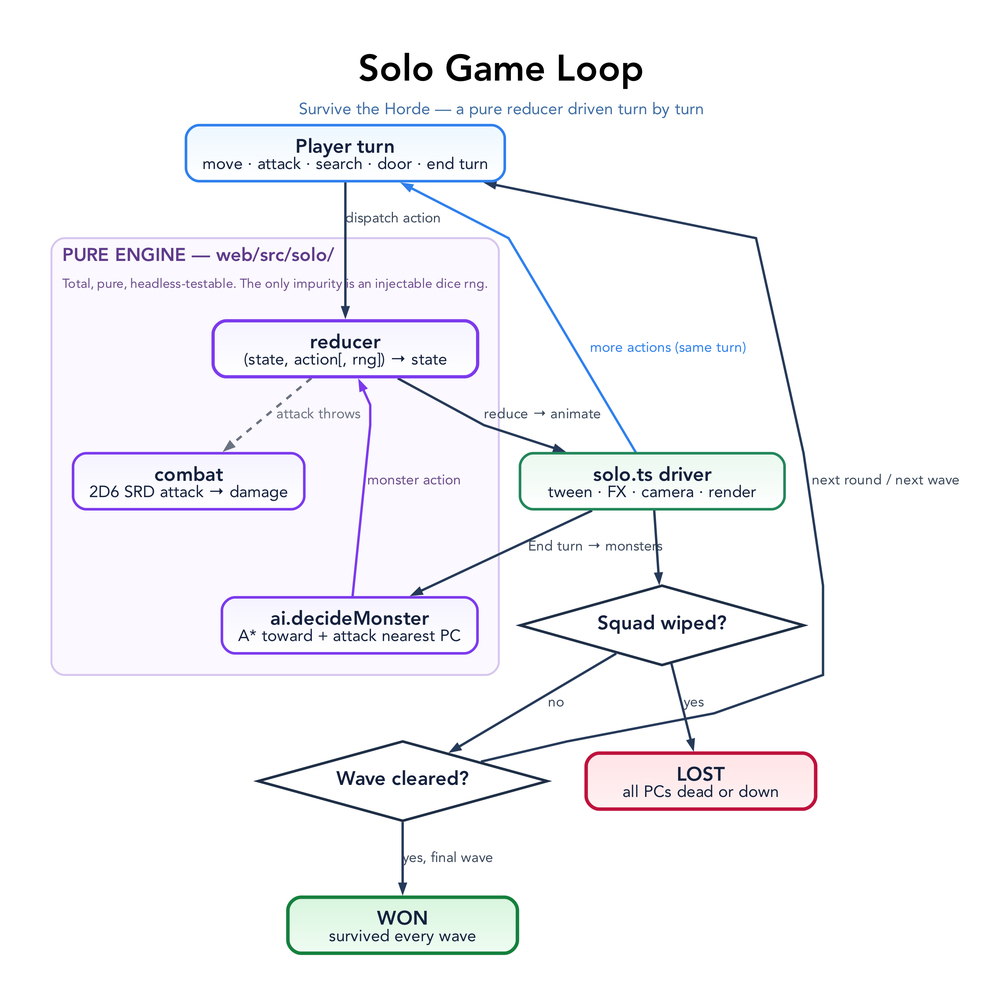
rgilks/line-of-sight keeps this Graphviz diagram as docs/diagrams/solo-game-loop.png. Above is the earlier version. Its source is kept beside it as docs/diagrams/solo-game-loop.dot. Its diagram source:
```dot
digraph SoloGameLoop {
  graph [
    rankdir=TB,
    bgcolor="#ffffff",
    pad="0.55",
    nodesep="0.5",
    ranksep="0.72",
    splines=polyline,
    outputorder=edgesfirst,
    compound=true,
    newrank=true,
    forcelabels=true,
    fontname="Avenir",
    label=<
      <TABLE BORDER="0" CELLBORDER="0" CELLSPACING="0" CELLPADDING="0">
        <TR><TD><FONT POINT-SIZE="34"><B>Solo Game Loop</B></FONT></TD></TR>
        <TR><TD><FONT POINT-SIZE="15" COLOR="#3f6ea5">Survive the Horde — a pure reducer driven turn by turn</FONT></TD></TR>
      </TABLE>
    >,
    labelloc=t,
    labeljust=c
  ];

  node [
    shape=box,
    style="rounded,filled",
    margin="0.21,0.13",
    width=2.95,
    height=0.72,
    fixedsize=false,
    fontname="Avenir",
    fontsize=18,
    penwidth=2.4,
    fontcolor="#14213d",
    color="#2264c7",
    fillcolor="#eaf3ff:#ffffff",
    gradientangle=270
  ];

  edge [
    color="#263a59",
    fontname="Avenir",
    fontsize=13,
    fontcolor="#3d4a5c",
    penwidth=2.2,
    arrowsize=0.78
  ];

  IN [label=<<B>Player turn</B><BR/><FONT POINT-SIZE="15">move · attack · search · door · end turn</FONT>>, fillcolor="#edf7ff:#ffffff", color="#2f80ed", width=3.4];

  subgraph cluster_engine {
    graph [
      label=<
        <TABLE BORDER="0" CELLBORDER="0" CELLSPACING="0" CELLPADDING="2">
          <TR><TD ALIGN="LEFT"><FONT POINT-SIZE="17" COLOR="#5f3b8a"><B>PURE ENGINE — web/src/solo/</B></FONT></TD></TR>
          <TR><TD ALIGN="LEFT"><FONT POINT-SIZE="12" COLOR="#6d4d8d">Total, pure, headless-testable. The only impurity is an injectable dice rng.</FONT></TD></TR>
        </TABLE>
      >,
      labelloc=t,
      labeljust=l,
      color="#d6c6ee",
      fillcolor="#fbf8ff",
      style="rounded,filled",
      penwidth=1.8,
      margin=20
    ];

    RED [label=<<B>reducer</B><BR/><FONT POINT-SIZE="15">(state, action[, rng]) &#8594; state</FONT>>, fillcolor="#f5f3ff:#ffffff", color="#7c3aed", width=3.4, penwidth=3.0];
    CB [label=<<B>combat</B><BR/><FONT POINT-SIZE="15">2D6 SRD attack &#8594; damage</FONT>>, fillcolor="#f5f3ff:#ffffff", color="#7c3aed"];
    AI [label=<<B>ai.decideMonster</B><BR/><FONT POINT-SIZE="15">A* toward + attack nearest PC</FONT>>, fillcolor="#f5f3ff:#ffffff", color="#7c3aed"];
  }

  DR [label=<<B>solo.ts driver</B><BR/><FONT POINT-SIZE="15">tween · FX · camera · render</FONT>>, fillcolor="#eaf8ef:#ffffff", color="#22865a", width=3.4];

  WIPE [label=<<B>Squad wiped?</B>>, shape=diamond, style=filled, width=2.7, height=1.02, fillcolor="#ffffff", color="#1f2f46", penwidth=2.4];
  WAVE [label=<<B>Wave cleared?</B>>, shape=diamond, style=filled, width=2.7, height=1.02, fillcolor="#ffffff", color="#1f2f46", penwidth=2.4];

  WIN [label=<<B>WON</B><BR/><FONT POINT-SIZE="15">survived every wave</FONT>>, fillcolor="#d8f5de:#effcf2", color="#15803d", penwidth=3.2];
  LOSE [label=<<B>LOST</B><BR/><FONT POINT-SIZE="15">all PCs dead or down</FONT>>, fillcolor="#ffe4e6:#fff1f2", color="#be123c", penwidth=3.2];

  IN -> RED [label="dispatch action"];
  AI -> RED [label="monster action", color="#7c3aed", fontcolor="#6d4d8d"];
  RED -> CB [label="attack throws", style=dashed, color="#6b7280", fontcolor="#6b7280"];
  RED -> DR [label="reduce &#8594; animate"];

  DR -> IN [label="more actions (same turn)", constraint=false, color="#2f80ed", fontcolor="#2f80ed"];
  DR -> AI [label="End turn &#8594; monsters"];
  DR -> WIPE;

  WIPE -> LOSE [label="yes"];
  WIPE -> WAVE [label="no"];
  WAVE -> WIN [label="yes, final wave"];
  WAVE -> IN [label="next round / next wave", constraint=false];
}
```
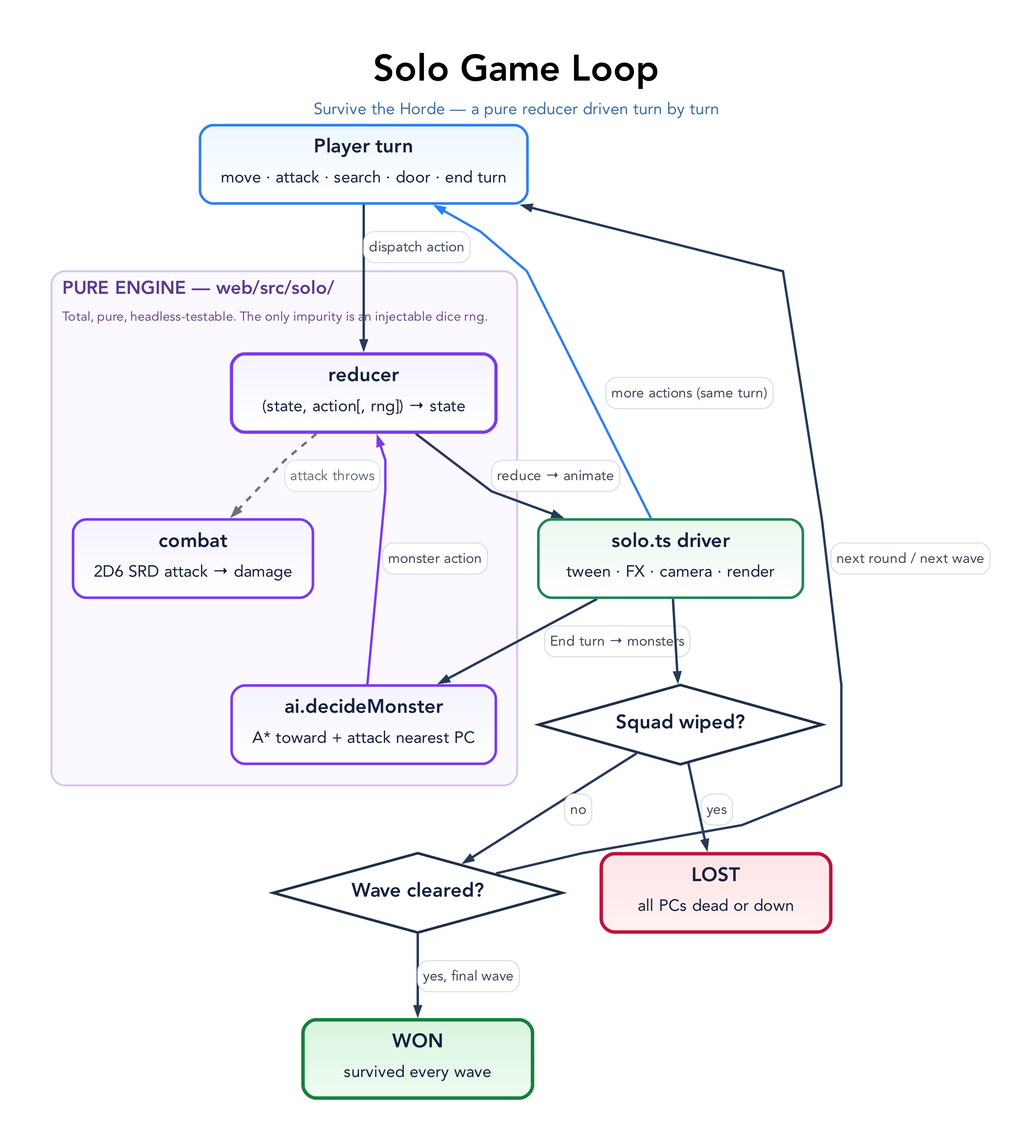
Later version of the same file.

What changed in the source:
```diff
@@ -46,7 +46,7 @@
     arrowsize=0.78
   ];
 
-  IN [label=<<B>Player turn</B><BR/><FONT POINT-SIZE="15">move · attack · search · door · end turn</FONT>>, fillcolor="#edf7ff:#ffffff", color="#2f80ed", width=3.4];
+  IN [label=<<TABLE BORDER="0" CELLBORDER="0" CELLSPACING="0" CELLPADDING="0"><TR><TD><B>Player turn</B></TD></TR><TR><TD CELLPADDING="4"><FONT POINT-SIZE="15">move · attack · search · door · end turn</FONT></TD></TR></TABLE>>, fillcolor="#edf7ff:#ffffff", color="#2f80ed", width=3.4];
 
   subgraph cluster_engine {
     graph [
@@ -65,30 +65,30 @@
       margin=20
     ];
 
-    RED [label=<<B>reducer</B><BR/><FONT POINT-SIZE="15">(state, action[, rng]) &#8594; state</FONT>>, fillcolor="#f5f3ff:#ffffff", color="#7c3aed", width=3.4, penwidth=3.0];
-    CB [label=<<B>combat</B><BR/><FONT POINT-SIZE="15">2D6 SRD attack &#8594; damage</FONT>>, fillcolor="#f5f3ff:#ffffff", color="#7c3aed"];
-    AI [label=<<B>ai.decideMonster</B><BR/><FONT POINT-SIZE="15">A* toward + attack nearest PC</FONT>>, fillcolor="#f5f3ff:#ffffff", color="#7c3aed"];
+    RED [label=<<TABLE BORDER="0" CELLBORDER="0" CELLSPACING="0" CELLPADDING="0"><TR><TD><B>reducer</B></TD></TR><TR><TD CELLPADDING="4"><FONT POINT-SIZE="15">(state, action[, rng]) &#8594; state</FONT></TD></TR></TABLE>>, fillcolor="#f5f3ff:#ffffff", color="#7c3aed", width=3.4, penwidth=3.0];
+    CB [label=<<TABLE BORDER="0" CELLBORDER="0" CELLSPACING="0" CELLPADDING="0"><TR><TD><B>combat</B></TD></TR><TR><TD CELLPADDING="4"><FONT POINT-SIZE="15">2D6 SRD attack &#8594; damage</FONT></TD></TR></TABLE>>, fillcolor="#f5f3ff:#ffffff", color="#7c3aed"];
+    AI [label=<<TABLE BORDER="0" CELLBORDER="0" CELLSPACING="0" CELLPADDING="0"><TR><TD><B>ai.decideMonster</B></TD></TR><TR><TD CELLPADDING="4"><FONT POINT-SIZE="15">A* toward + attack nearest PC</FONT></TD></TR></TABLE>>, fillcolor="#f5f3ff:#ffffff", color="#7c3aed"];
   }
 
-  DR [label=<<B>solo.ts driver</B><BR/><FONT POINT-SIZE="15">tween · FX · camera · render</FONT>>, fillcolor="#eaf8ef:#ffffff", color="#22865a", width=3.4];
+  DR [label=<<TABLE BORDER="0" CELLBORDER="0" CELLSPACING="0" CELLPADDING="0"><TR><TD><B>solo.ts driver</B></TD></TR><TR><TD CELLPADDING="4"><FONT POINT-SIZE="15">tween · FX · camera · render</FONT></TD></TR></TABLE>>, fillcolor="#eaf8ef:#ffffff", color="#22865a", width=3.4];
 
   WIPE [label=<<B>Squad wiped?</B>>, shape=diamond, style=filled, width=2.7, height=1.02, fillcolor="#ffffff", color="#1f2f46", penwidth=2.4];
   WAVE [label=<<B>Wave cleared?</B>>, shape=diamond, style=filled, width=2.7, height=1.02, fillcolor="#ffffff", color="#1f2f46", penwidth=2.4];
 
-  WIN [label=<<B>WON</B><BR/><FONT POINT-SIZE="15">survived every wave</FONT>>, fillcolor="#d8f5de:#effcf2", color="#15803d", penwidth=3.2];
-  LOSE [label=<<B>LOST</B><BR/><FONT POINT-SIZE="15">all PCs dead or down</FONT>>, fillcolor="#ffe4e6:#fff1f2", color="#be123c", penwidth=3.2];
+  WIN [label=<<TABLE BORDER="0" CELLBORDER="0" CELLSPACING="0" CELLPADDING="0"><TR><TD><B>WON</B></TD></TR><TR><TD CELLPADDING="4"><FONT POINT-SIZE="15">survived every wave</FONT></TD></TR></TABLE>>, fillcolor="#d8f5de:#effcf2", color="#15803d", penwidth=3.2];
+  LOSE [label=<<TABLE BORDER="0" CELLBORDER="0" CELLSPACING="0" CELLPADDING="0"><TR><TD><B>LOST</B></TD></TR><TR><TD CELLPADDING="4"><FONT POINT-SIZE="15">all PCs dead or down</FONT></TD></TR></TABLE>>, fillcolor="#ffe4e6:#fff1f2", color="#be123c", penwidth=3.2];
 
-  IN -> RED [label="dispatch action"];
-  AI -> RED [label="monster action", color="#7c3aed", fontcolor="#6d4d8d"];
-  RED -> CB [label="attack throws", style=dashed, color="#6b7280", fontcolor="#6b7280"];
-  RED -> DR [label="reduce &#8594; animate"];
+  IN -> RED [label=<<TABLE BORDER="1" CELLBORDER="0" STYLE="ROUNDED" COLOR="#d7dee8" BGCOLOR="#ffffff" CELLSPACING="0" CELLPADDING="4"><TR><TD><FONT POINT-SIZE="13" COLOR="#3d4a5c">dispatch action</FONT></TD></TR></TABLE>>];
+  AI -> RED [label=<<TABLE BORDER="1" CELLBORDER="0" STYLE="ROUNDED" COLOR="#d7dee8" BGCOLOR="#ffffff" CELLSPACING="0" CELLPADDING="4"><TR><TD><FONT POINT-SIZE="13" COLOR="#3d4a5c">monster action</FONT></TD></TR></TABLE>>, color="#7c3aed", fontcolor="#6d4d8d"];
+  RED -> CB [label=<<TABLE BORDER="1" CELLBORDER="0" STYLE="ROUNDED" COLOR="#dfe3e9" BGCOLOR="#ffffff" CELLSPACING="0" CELLPADDING="4"><TR><TD><FONT POINT-SIZE="13" COLOR="#6b7280">attack throws</FONT></TD></TR></TABLE>>, style=dashed, color="#6b7280", fontcolor="#6b7280"];
+  RED -> DR [label=<<TABLE BORDER="1" CELLBORDER="0" STYLE="ROUNDED" COLOR="#d7dee8" BGCOLOR="#ffffff" CELLSPACING="0" CELLPADDING="4"><TR><TD><FONT POINT-SIZE="13" COLOR="#3d4a5c">reduce &#8594; animate</FONT></TD></TR></TABLE>>];
 
-  DR -> IN [label="more actions (same turn)", constraint=false, color="#2f80ed", fontcolor="#2f80ed"];
-  DR -> AI [label="End turn &#8594; monsters"];
+  DR -> IN [label=<<TABLE BORDER="1" CELLBORDER="0" STYLE="ROUNDED" COLOR="#d7dee8" BGCOLOR="#ffffff" CELLSPACING="0" CELLPADDING="4"><TR><TD><FONT POINT-SIZE="13" COLOR="#3d4a5c">more actions (same turn)</FONT></TD></TR></TABLE>>, constraint=false, color="#2f80ed", fontcolor="#2f80ed"];
+  DR -> AI [label=<<TABLE BORDER="1" CELLBORDER="0" STYLE="ROUNDED" COLOR="#d7dee8" BGCOLOR="#ffffff" CELLSPACING="0" CELLPADDING="4"><TR><TD><FONT POINT-SIZE="13" COLOR="#3d4a5c">End turn &#8594; monsters</FONT></TD></TR></TABLE>>];
   DR -> WIPE;
 
-  WIPE -> LOSE [label="yes"];
-  WIPE -> WAVE [label="no"];
-  WAVE -> WIN [label="yes, final wave"];
-  WAVE -> IN [label="next round / next wave", constraint=false];
+  WIPE -> LOSE [label=<<TABLE BORDER="1" CELLBORDER="0" STYLE="ROUNDED" COLOR="#d7dee8" BGCOLOR="#ffffff" CELLSPACING="0" CELLPADDING="4"><TR><TD><FONT POINT-SIZE="13" COLOR="#3d4a5c">yes</FONT></TD></TR></TABLE>>];
+  WIPE -> WAVE [label=<<TABLE BORDER="1" CELLBORDER="0" STYLE="ROUNDED" COLOR="#d7dee8" BGCOLOR="#ffffff" CELLSPACING="0" CELLPADDING="4"><TR><TD><FONT POINT-SIZE="13" COLOR="#3d4a5c">no</FONT></TD></TR></TABLE>>];
+  WAVE -> WIN [label=<<TABLE BORDER="1" CELLBORDER="0" STYLE="ROUNDED" COLOR="#d7dee8" BGCOLOR="#ffffff" CELLSPACING="0" CELLPADDING="4"><TR><TD><FONT POINT-SIZE="13" COLOR="#3d4a5c">yes, final wave</FONT></TD></TR></TABLE>>];
+  WAVE -> IN [label=<<TABLE BORDER="1" CELLBORDER="0" STYLE="ROUNDED" COLOR="#d7dee8" BGCOLOR="#ffffff" CELLSPACING="0" CELLPADDING="4"><TR><TD><FONT POINT-SIZE="13" COLOR="#3d4a5c">next round / next wave</FONT></TD></TR></TABLE>>, constraint=false];
 }
```
